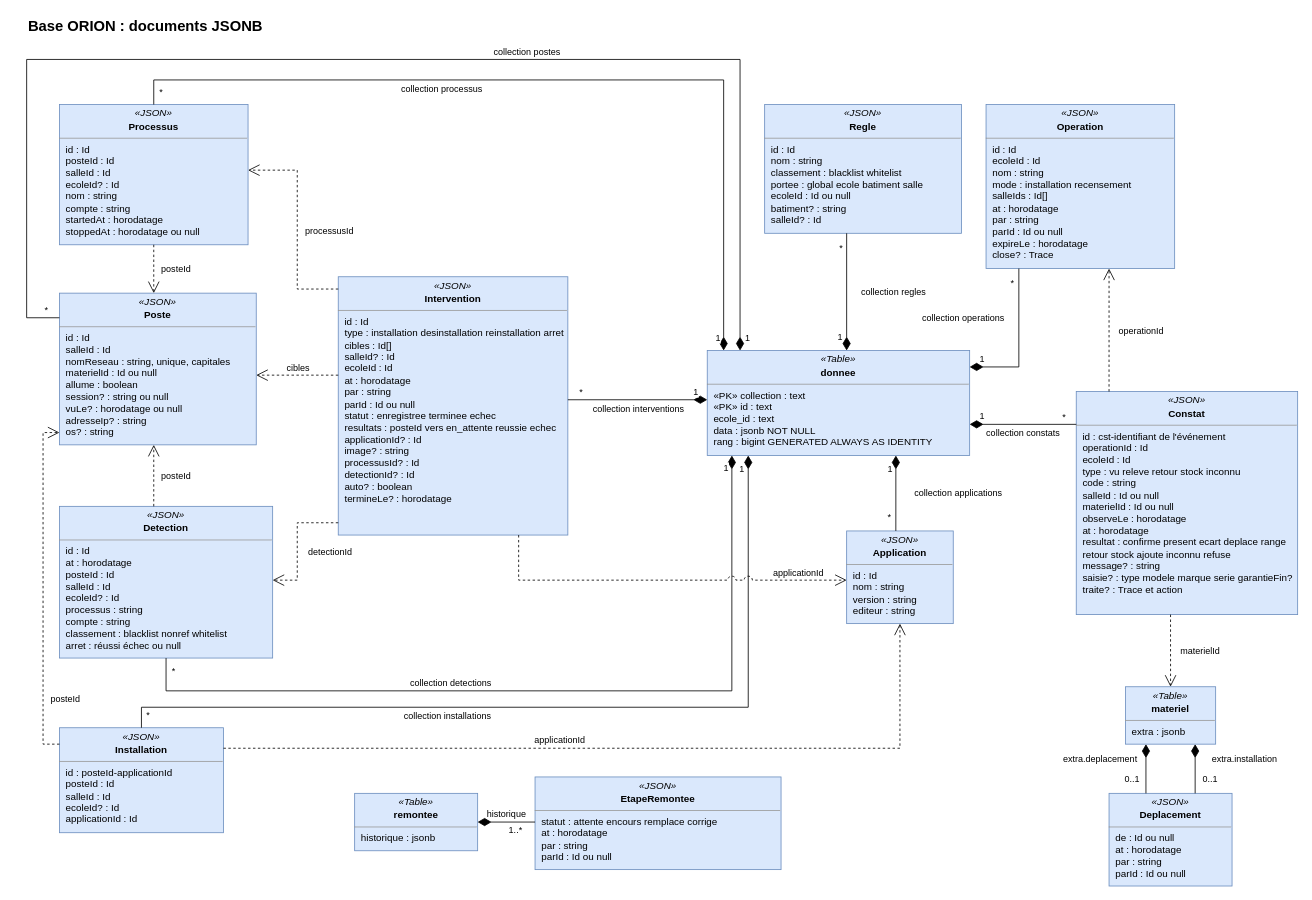
Earlier version of the draw.io diagram page "Base ORION : documents JSONB" (2 of 2) of docs/02-ANALYSE/04-CONCEPTION/04-MODELE-PHYSIQUE-DONNEES.drawio (bpierrelouis/aster). Source tidied: cells renumbered, new cells numbered last; positions are measured from the earlier drawing's top-left corner, leaving out a move shared by most shapes. Both pictures are drawn from the tidied source at 82%, with x=0, y=0 at pixel (26, 14).
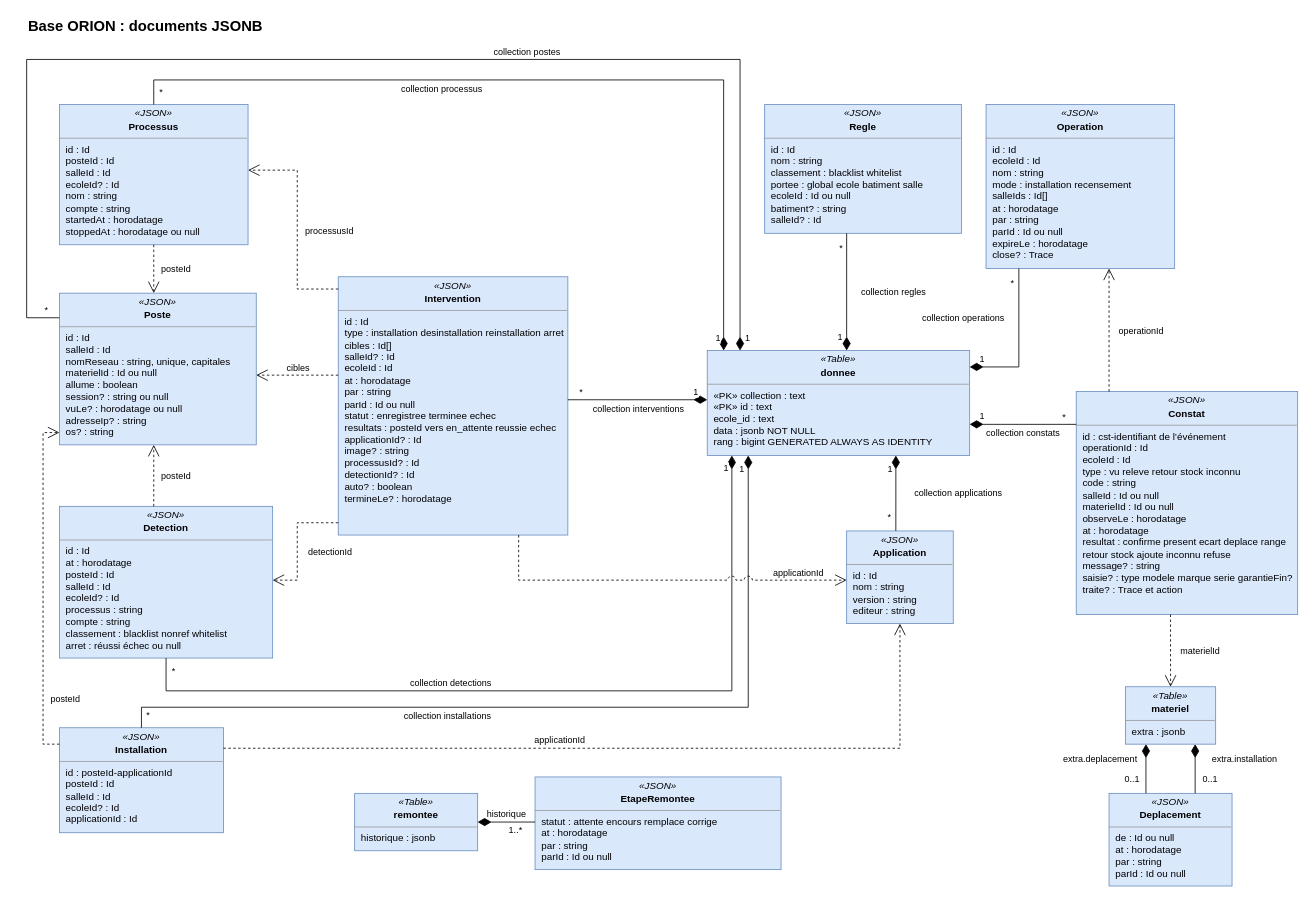
The same diagram, later.

What changed in the source:
```diff
@@
-    <mxCell id="12" value="&lt;p style=&quot;margin:0;margin-top:4px;text-align:center;&quot;&gt;&lt;i&gt;«JSON»&lt;/i&gt;&lt;/p&gt;&lt;p style=&quot;margin:0;margin-top:2px;text-align:center;&quot;&gt;&lt;b&gt;Constat&lt;/b&gt;&lt;/p&gt;&lt;hr size=&quot;1&quot;/&gt;&lt;p style=&quot;margin:0;margin-left:8px;&quot;&gt;id : cst-identifiant de l'événement&lt;br&gt;operationId : Id&lt;br&gt;ecoleId : Id&lt;br&gt;type : vu releve retour stock inconnu&lt;br&gt;code : string&lt;br&gt;salleId : Id ou null&lt;br&gt;materielId : Id ou null&lt;br&gt;observeLe : horodatage&lt;br&gt;at : horodatage&lt;br&gt;resultat : confirme present ecart deplace range retour stock ajoute inconnu refuse&lt;br&gt;message? : string&lt;br&gt;saisie? : type modele marque serie garantieFin?&lt;br&gt;traite? : Trace et action&lt;/p&gt;" style="verticalAlign=top;align=left;overflow=fill;html=1;whiteSpace=wrap;fontSize=12;fillColor=#dae8fc;strokeColor=#6c8ebf;" parent="1" vertex="1">
+    <mxCell id="12" value="&lt;p style=&quot;margin:0;margin-top:4px;text-align:center;&quot;&gt;&lt;i&gt;«JSON»&lt;/i&gt;&lt;/p&gt;&lt;p style=&quot;margin:0;margin-top:2px;text-align:center;&quot;&gt;&lt;b&gt;Constat&lt;/b&gt;&lt;/p&gt;&lt;hr size=&quot;1&quot;/&gt;&lt;p style=&quot;margin:0;margin-left:8px;&quot;&gt;id : cst-identifiant de l’événement&lt;br&gt;operationId : Id&lt;br&gt;ecoleId : Id&lt;br&gt;type : vu releve retour stock inconnu&lt;br&gt;code : string&lt;br&gt;salleId : Id ou null&lt;br&gt;materielId : Id ou null&lt;br&gt;observeLe : horodatage&lt;br&gt;at : horodatage&lt;br&gt;resultat : confirme present ecart deplace range retour stock ajoute inconnu refuse&lt;br&gt;message? : string&lt;br&gt;saisie? : type modele marque serie garantieFin?&lt;br&gt;traite? : Trace et action&lt;/p&gt;" style="verticalAlign=top;align=left;overflow=fill;html=1;whiteSpace=wrap;fontSize=12;fillColor=#dae8fc;strokeColor=#6c8ebf;" parent="1" vertex="1">
       <mxGeometry x="1280" y="460" width="270" height="272" as="geometry" />
     </mxCell>
```
